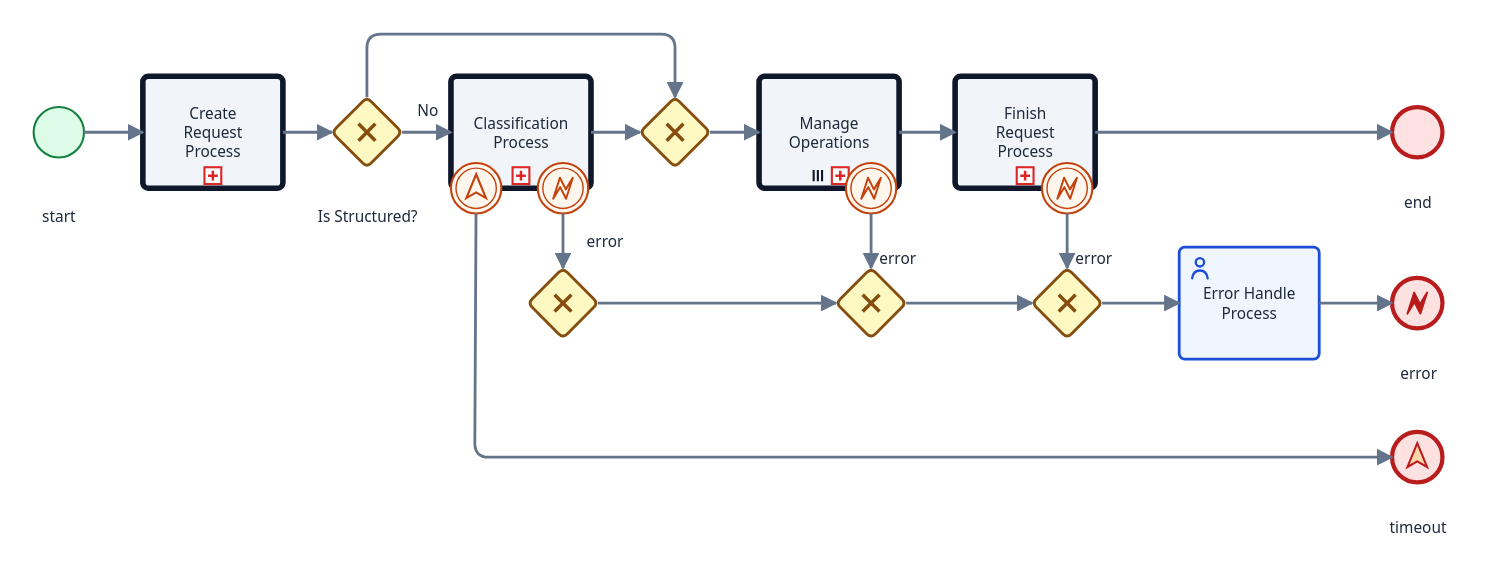
Earlier version of the BPMN export operations/100_Request Management Process.svg (acarvajalperez/bpmn-diagrams). Its source is kept beside it as operations/100_Request Management Process.bpmn. Ids are renumbered.
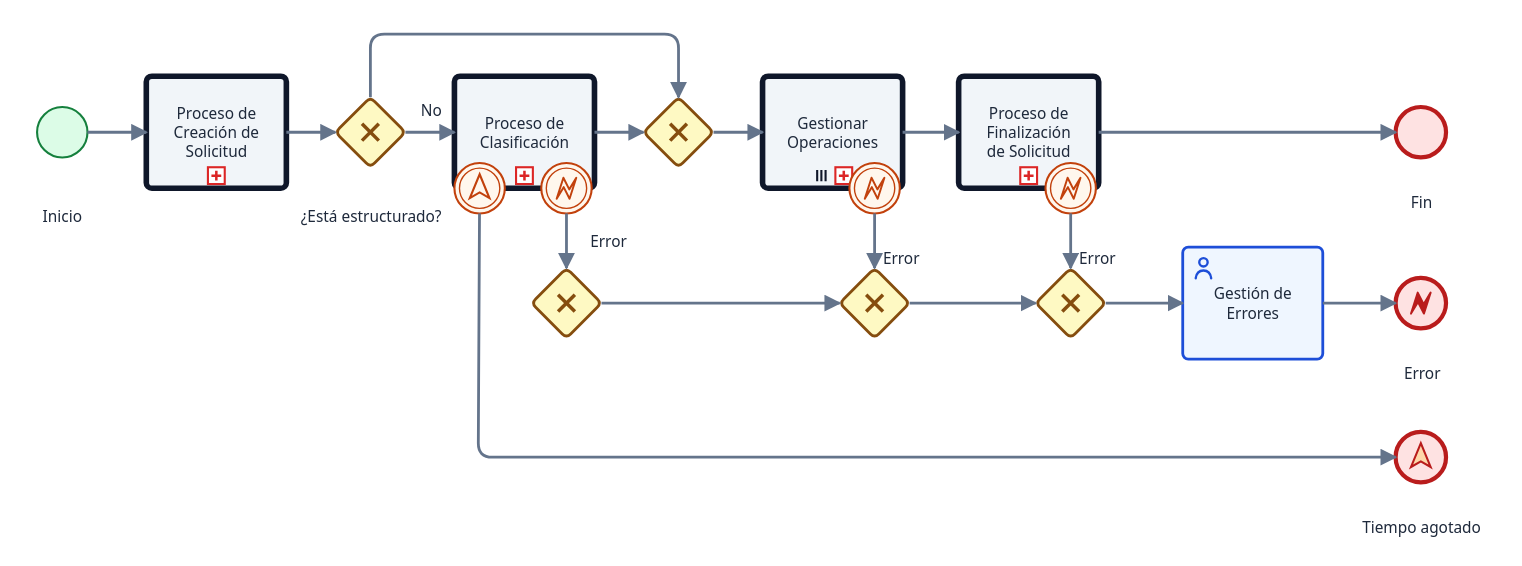
Later version of the same file.

What changed in the source:
```diff
@@ -3,8 +3,7 @@
   <bpmn:escalation id="Escalation_n1" name="Escalation_timeout" escalationCode="Escalation_timeout" />
   <bpmn:escalation id="Escalation_n2" name="Escalation_Classification_Timeout" escalationCode="Escalation_Classification_Timeout" />
   <bpmn:error id="Error_n3" name="Error_Management_Request" errorCode="Error_Management_Request" />
-  <bpmn:correlationProperty id="_27EB34B8-C4CF-4DA5-8115-E1F27C101C67" name="New Property" />
-  <bpmn:process id="process-manage-request" name="Manage Request" processType="Public" isExecutable="true">
+  <bpmn:process id="process-manage-request" name="Gestionar Solicitud" processType="Public" isExecutable="true">
     <bpmn:documentation id="documentation_X0Hfig"></bpmn:documentation>
     <bpmn:extensionElements>
       <zeebe:versionTag value="1" />
@@ -13,7 +12,7 @@
       </zeebe:properties>
       <open-bpmn:auto-align />
     </bpmn:extensionElements>
-    <bpmn:startEvent id="StartEvent_1" name="start">
+    <bpmn:startEvent id="StartEvent_1" name="Inicio">
       <bpmn:documentation id="documentation_JPW2SQ"></bpmn:documentation>
       <bpmn:extensionElements>
         <zeebe:formDefinition formKey="camunda-forms:bpmn:UserTaskForm_26d7u3u" />
@@ -23,7 +22,7 @@
       </bpmn:extensionElements>
       <bpmn:outgoing>Flow_n4</bpmn:outgoing>
     </bpmn:startEvent>
-    <bpmn:endEvent id="Event_n5" name="end">
+    <bpmn:endEvent id="Event_n5" name="Fin">
       <bpmn:documentation id="documentation_z27OYw"></bpmn:documentation>
       <bpmn:extensionElements>
         <zeebe:ioMapping>
@@ -32,12 +31,12 @@
       </bpmn:extensionElements>
       <bpmn:incoming>Flow_n6</bpmn:incoming>
     </bpmn:endEvent>
-    <bpmn:endEvent id="Event_n7" name="error">
+    <bpmn:endEvent id="Event_n7" name="Error">
       <bpmn:documentation id="documentation_W3ayJQ"></bpmn:documentation>
       <bpmn:incoming>Flow_n8</bpmn:incoming>
       <bpmn:errorEventDefinition id="ErrorEventDefinition_n9" errorRef="Error_n3" />
     </bpmn:endEvent>
-    <bpmn:endEvent id="Event_n10" name="timeout">
+    <bpmn:endEvent id="Event_n10" name="Tiempo agotado">
       <bpmn:documentation id="documentation_xgDTfA"></bpmn:documentation>
       <bpmn:incoming>Flow_n11</bpmn:incoming>
       <bpmn:escalationEventDefinition id="EscalationEventDefinition_n12" escalationRef="Escalation_n1" />
@@ -48,7 +47,7 @@
       <bpmn:incoming>Flow_n15</bpmn:incoming>
       <bpmn:outgoing>Flow_n16</bpmn:outgoing>
     </bpmn:exclusiveGateway>
-    <bpmn:exclusiveGateway id="Gateway_n17" name="Is Structured?" gatewayDirection="Diverging">
+    <bpmn:exclusiveGateway id="Gateway_n17" name="¿Está estructurado?" gatewayDirection="Diverging">
       <bpmn:documentation id="documentation_aKM1ow"></bpmn:documentation>
       <bpmn:incoming>Flow_n18</bpmn:incoming>
       <bpmn:outgoing>Flow_n19</bpmn:outgoing>
@@ -71,7 +70,7 @@
       <bpmn:incoming>Flow_n27</bpmn:incoming>
       <bpmn:outgoing>Flow_n28</bpmn:outgoing>
     </bpmn:exclusiveGateway>
-    <bpmn:userTask id="Activity_n29" name="Error Handle Process">
+    <bpmn:userTask id="Activity_n29" name="Gestión de Errores">
       <bpmn:documentation id="documentation_FLpEPA"></bpmn:documentation>
       <bpmn:extensionElements>
         <zeebe:userTask />
@@ -80,7 +79,7 @@
       <bpmn:incoming>Flow_n28</bpmn:incoming>
       <bpmn:outgoing>Flow_n8</bpmn:outgoing>
     </bpmn:userTask>
-    <bpmn:callActivity id="activity-classify-request" name="Classification Process">
+    <bpmn:callActivity id="activity-classify-request" name="Proceso de Clasificación">
       <bpmn:documentation id="documentation_EzAl8w"></bpmn:documentation>
       <bpmn:extensionElements>
         <zeebe:ioMapping>
@@ -92,7 +91,7 @@
       <bpmn:incoming>Flow_n19</bpmn:incoming>
       <bpmn:outgoing>Flow_n14</bpmn:outgoing>
     </bpmn:callActivity>
-    <bpmn:callActivity id="activity-create-request" name="Create Request Process">
+    <bpmn:callActivity id="activity-create-request" name="Proceso de Creación de Solicitud">
       <bpmn:documentation id="documentation_Raxbuw"></bpmn:documentation>
       <bpmn:extensionElements>
         <zeebe:ioMapping>
@@ -103,7 +102,7 @@
       <bpmn:incoming>Flow_n4</bpmn:incoming>
       <bpmn:outgoing>Flow_n18</bpmn:outgoing>
     </bpmn:callActivity>
-    <bpmn:callActivity id="activity-finish-request" name="Finish Request Process">
+    <bpmn:callActivity id="activity-finish-request" name="Proceso de Finalización de Solicitud">
       <bpmn:documentation id="documentation_fZbOKg"></bpmn:documentation>
       <bpmn:extensionElements>
         <zeebe:calledElement processId="process-finish-request" propagateAllChildVariables="false" propagateAllParentVariables="false" />
@@ -115,7 +114,7 @@
       <bpmn:incoming>Flow_n30</bpmn:incoming>
       <bpmn:outgoing>Flow_n6</bpmn:outgoing>
     </bpmn:callActivity>
-    <bpmn:callActivity id="activity-manage-operations" name="Manage Operations">
+    <bpmn:callActivity id="activity-manage-operations" name="Gestionar Operaciones">
       <bpmn:documentation id="documentation_c1osKw"></bpmn:documentation>
       <bpmn:extensionElements>
         <zeebe:ioMapping>
@@ -133,17 +132,17 @@
         </bpmn:extensionElements>
       </bpmn:multiInstanceLoopCharacteristics>
     </bpmn:callActivity>
-    <bpmn:boundaryEvent id="Event_n31" name="error" attachedToRef="activity-classify-request">
+    <bpmn:boundaryEvent id="Event_n31" name="Error" attachedToRef="activity-classify-request">
       <bpmn:documentation id="documentation_xTlWGQ"></bpmn:documentation>
       <bpmn:outgoing>Flow_n21</bpmn:outgoing>
       <bpmn:errorEventDefinition id="ErrorEventDefinition_n32" />
     </bpmn:boundaryEvent>
-    <bpmn:boundaryEvent id="Event_n33" name="error" attachedToRef="activity-finish-request">
+    <bpmn:boundaryEvent id="Event_n33" name="Error" attachedToRef="activity-finish-request">
       <bpmn:documentation id="documentation_dTRG3Q"></bpmn:documentation>
       <bpmn:outgoing>Flow_n27</bpmn:outgoing>
       <bpmn:errorEventDefinition id="ErrorEventDefinition_n34" />
     </bpmn:boundaryEvent>
-    <bpmn:boundaryEvent id="Event_n35" name="error" attachedToRef="activity-manage-operations">
+    <bpmn:boundaryEvent id="Event_n35" name="Error" attachedToRef="activity-manage-operations">
       <bpmn:documentation id="documentation_jMgoIw"></bpmn:documentation>
       <bpmn:outgoing>Flow_n24</bpmn:outgoing>
       <bpmn:errorEventDefinition id="ErrorEventDefinition_n36" />
```
